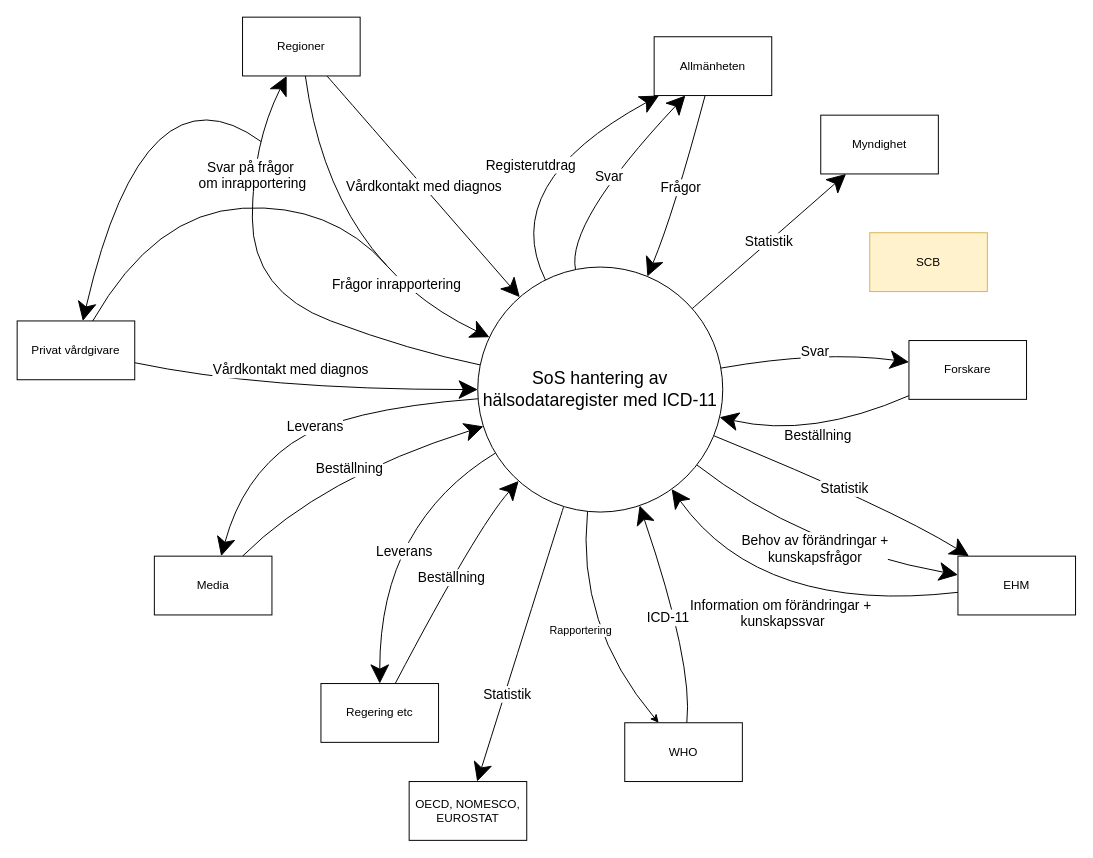
The draw.io diagram page "Kontext" (12 of 13) of Klassmodell ICD11.drawio in bhagqvist-consid/ICD11, before the edit. Source tidied: cells renumbered, new cells numbered last; positions are measured from the earlier drawing's top-left corner, leaving out a move shared by most shapes. Both pictures are drawn from the tidied source at 98%, with x=0, y=0 at pixel (17, 17).
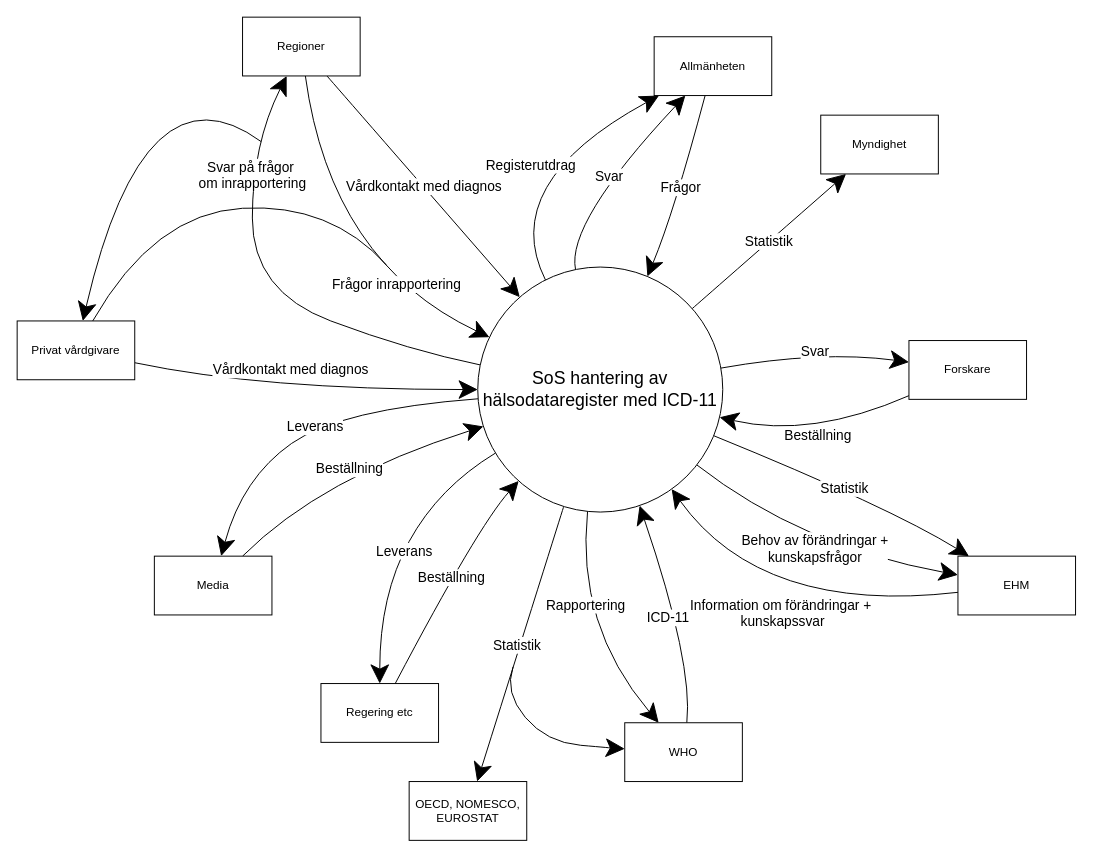
After the change.

The change refers to these unchanged cells:
```xml
<mxCell id="12" value="SoS hantering av hälsodataregister med ICD-11" style="ellipse;whiteSpace=wrap;html=1;fontSize=18;" parent="1" vertex="1">
  <mxGeometry x="470" y="255" width="250" height="250" as="geometry" />
</mxCell>
<mxCell id="22" value="OECD, NOMESCO, EUROSTAT" style="rounded=0;whiteSpace=wrap;html=1;" parent="1" vertex="1">
  <mxGeometry x="400" y="780" width="120" height="60" as="geometry" />
</mxCell>
<mxCell id="33" value="WHO" style="rounded=0;whiteSpace=wrap;html=1;" parent="1" vertex="1">
  <mxGeometry x="620" y="720" width="120" height="60" as="geometry" />
</mxCell>
```

Change to the diagram source:
```diff
@@
     <mxCell id="3" value="&lt;span style=&quot;&quot;&gt;Statistik&lt;/span&gt;" style="edgeStyle=none;shape=connector;rounded=0;jettySize=auto;html=1;strokeColor=default;align=center;verticalAlign=middle;fontFamily=Helvetica;fontSize=14;fontColor=default;labelBackgroundColor=default;endArrow=classic;endSize=17;curved=1;" parent="1" edge="1" source="12" target="22">
-      <mxGeometry x="0.35" y="2" relative="1" as="geometry">
-        <mxPoint y="1" as="offset" />
-      </mxGeometry>
+      <mxGeometry x="0.01" y="-3" relative="1" as="geometry" />
     </mxCell>
@@
-    <mxCell id="11" value="Rapportering" style="rounded=0;jettySize=auto;html=1;curved=1;" parent="1" edge="1" source="12" target="33">
-      <mxGeometry relative="1" as="geometry">
+    <mxCell id="11" value="Rapportering" style="rounded=0;jettySize=auto;html=1;curved=1;strokeColor=default;align=center;verticalAlign=middle;fontFamily=Helvetica;fontSize=14;fontColor=default;labelBackgroundColor=default;edgeStyle=none;endArrow=classic;endSize=17;" parent="1" edge="1" source="12" target="33">
+      <mxGeometry x="-0.23" y="8" relative="1" as="geometry">
         <Array as="points">
           <mxPoint x="570" y="620" />
         </Array>
       </mxGeometry>
     </mxCell>
@@
-    <mxCell id="35" value="SCB" style="rounded=0;whiteSpace=wrap;html=1;fillColor=#fff2cc;strokeColor=#d6b656;" parent="1" vertex="1">
-      <mxGeometry x="870" y="220" width="120" height="60" as="geometry" />
-    </mxCell>
+    <mxCell id="36" style="rounded=0;jettySize=auto;html=1;curved=1;strokeColor=default;align=center;verticalAlign=middle;fontFamily=Helvetica;fontSize=14;fontColor=default;labelBackgroundColor=default;edgeStyle=none;endArrow=classic;endSize=17;" parent="1" edge="1" target="33">
+      <mxGeometry relative="1" as="geometry">
+        <mxPoint x="506" y="663" as="sourcePoint" />
+        <Array as="points">
+          <mxPoint x="497" y="689" />
+          <mxPoint x="540" y="740" />
+          <mxPoint x="610" y="746" />
+        </Array>
+      </mxGeometry>
+    </mxCell>
```
